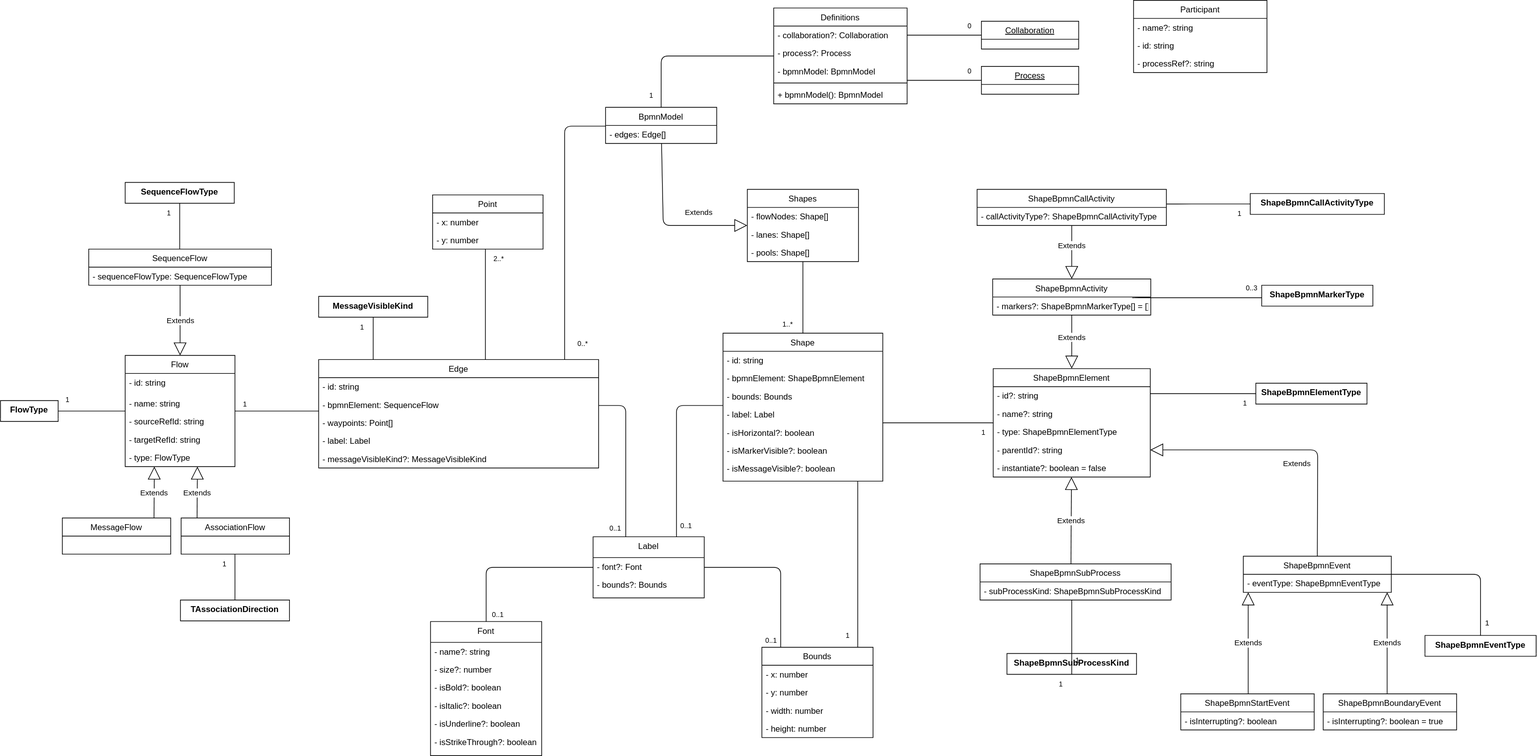
This is docs/architecture/images/architecture/internal-model.svg from process-analytics/bpmn-visualization-js, a draw.io export, as it was before one commit. Source tidied: cells renumbered, new cells last; positions are measured from the earlier drawing's top-left corner, leaving out a move shared by most shapes.
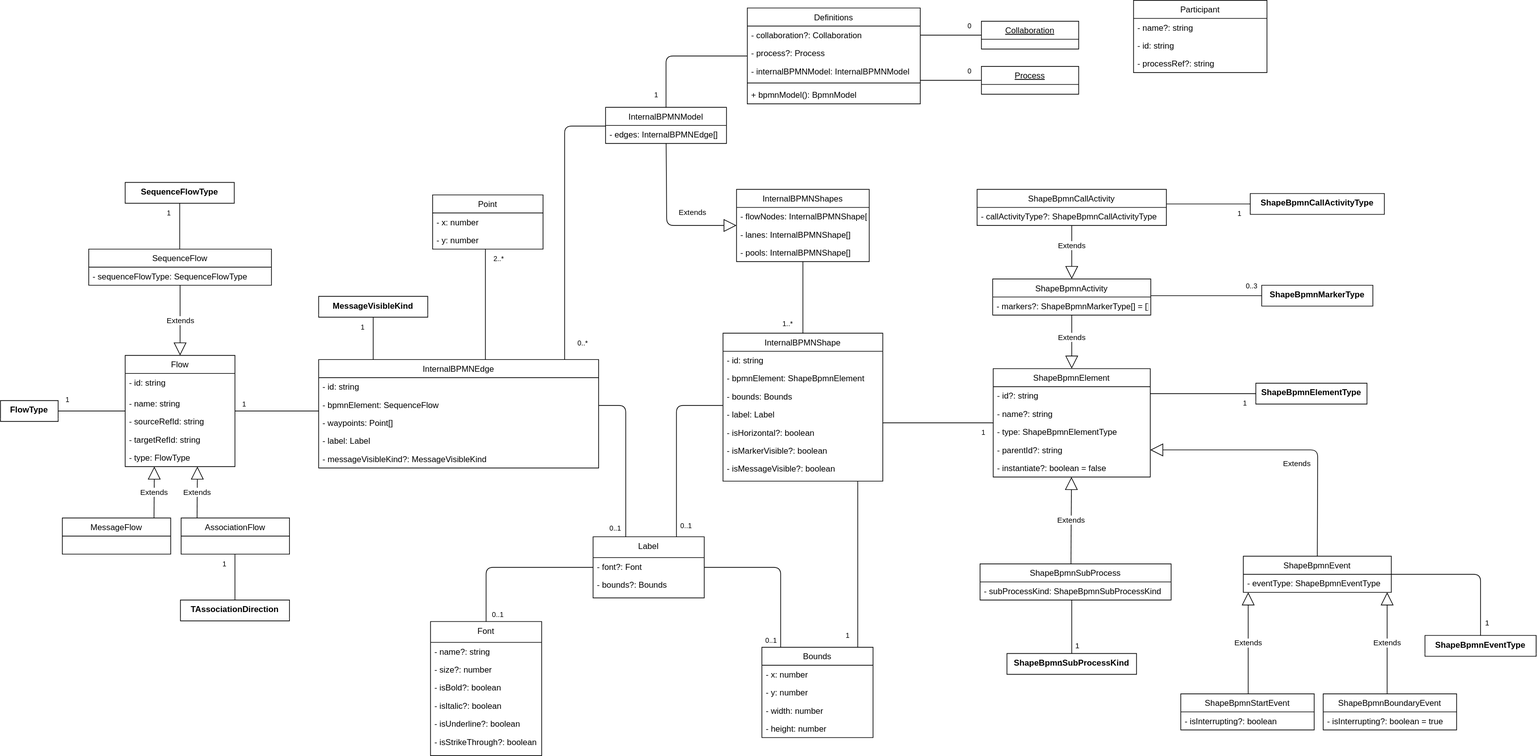
Above is the later version.

Diff of the diagram source:
```diff
@@ -145,7 +145,7 @@
     <mxCell id="27" value="Extends" style="endArrow=block;endSize=16;endFill=0;html=1;shadow=0;" parent="1" edge="1" source="81" target="47">
       <mxGeometry x="0.41" y="19" relative="1" as="geometry">
         <Array as="points">
-          <mxPoint x="954" y="324" />
+          <mxPoint x="959" y="324" />
         </Array>
       </mxGeometry>
     </mxCell>
@@ -177,7 +177,7 @@
     <mxCell id="32" style="html=1;align=right;verticalAlign=bottom;labelBackgroundColor=#ffffff;fontSize=10;shadow=0;" parent="30" vertex="1">
       <mxGeometry x="1" relative="1" as="geometry" />
     </mxCell>
-    <mxCell id="33" value="Edge" style="swimlane;fontStyle=0;horizontal=1;startSize=26;fillColor=none;shadow=0;" parent="1" vertex="1">
+    <mxCell id="33" value="InternalBPMNEdge" style="swimlane;fontStyle=0;horizontal=1;startSize=26;fillColor=none;shadow=0;" parent="1" vertex="1">
       <mxGeometry x="458" y="517" width="403" height="156" as="geometry" />
     </mxCell>
     <mxCell id="34" value="- id: string" style="text;strokeColor=none;fillColor=none;align=left;verticalAlign=top;spacingLeft=4;spacingRight=4;overflow=hidden;shadow=0;" parent="33" vertex="1">
@@ -195,7 +195,7 @@
     <mxCell id="38" value="- messageVisibleKind?: MessageVisibleKind" style="text;strokeColor=none;fillColor=none;align=left;verticalAlign=top;spacingLeft=4;spacingRight=4;overflow=hidden;shadow=0;" parent="33" vertex="1">
       <mxGeometry y="130" width="403" height="26" as="geometry" />
     </mxCell>
-    <mxCell id="39" value="Shape" style="swimlane;fontStyle=0;align=center;verticalAlign=top;horizontal=1;startSize=26;rounded=0;shadow=0;strokeWidth=1;" parent="1" vertex="1">
+    <mxCell id="39" value="InternalBPMNShape" style="swimlane;fontStyle=0;align=center;verticalAlign=top;horizontal=1;startSize=26;rounded=0;shadow=0;strokeWidth=1;" parent="1" vertex="1">
       <mxGeometry x="1040" y="479" width="230" height="213" as="geometry" />
     </mxCell>
     <mxCell id="40" value="- id: string" style="text;strokeColor=none;fillColor=none;align=left;verticalAlign=top;spacingLeft=4;spacingRight=4;overflow=hidden;shadow=0;" parent="39" vertex="1">
@@ -219,18 +219,6 @@
     <mxCell id="46" value="- isMessageVisible?: boolean" style="text;strokeColor=none;fillColor=none;align=left;verticalAlign=top;spacingLeft=4;spacingRight=4;overflow=hidden;shadow=0;" parent="39" vertex="1">
       <mxGeometry y="182" width="230" height="26" as="geometry" />
     </mxCell>
-    <mxCell id="47" value="Shapes" style="swimlane;fontStyle=0;align=center;verticalAlign=top;horizontal=1;startSize=26;rounded=0;shadow=0;strokeWidth=1;" parent="1" vertex="1">
-      <mxGeometry x="1075" y="272" width="160" height="104" as="geometry" />
-    </mxCell>
-    <mxCell id="48" value="- flowNodes: Shape[]" style="text;strokeColor=none;fillColor=none;align=left;verticalAlign=top;spacingLeft=4;spacingRight=4;overflow=hidden;shadow=0;" parent="47" vertex="1">
-      <mxGeometry y="26" width="160" height="26" as="geometry" />
-    </mxCell>
-    <mxCell id="49" value="- lanes: Shape[]" style="text;strokeColor=none;fillColor=none;align=left;verticalAlign=top;spacingLeft=4;spacingRight=4;overflow=hidden;shadow=0;" parent="47" vertex="1">
-      <mxGeometry y="52" width="160" height="26" as="geometry" />
-    </mxCell>
-    <mxCell id="50" value="- pools: Shape[]" style="text;strokeColor=none;fillColor=none;align=left;verticalAlign=top;spacingLeft=4;spacingRight=4;overflow=hidden;shadow=0;" parent="47" vertex="1">
-      <mxGeometry y="78" width="160" height="26" as="geometry" />
-    </mxCell>
     <mxCell id="51" value="Extends" style="endArrow=block;endSize=16;endFill=0;html=1;shadow=0;exitX=0.5;exitY=0;exitDx=0;exitDy=0;entryX=1;entryY=0.75;entryDx=0;entryDy=0;" parent="1" edge="1" source="124" target="67">
       <mxGeometry x="-0.33" y="30" relative="1" as="geometry">
         <Array as="points">
@@ -330,22 +318,22 @@
       <mxGeometry y="130" width="226" height="26" as="geometry" />
     </mxCell>
     <mxCell id="73" value="Definitions" style="swimlane;fontStyle=0;horizontal=1;startSize=26;fillColor=none;shadow=0;" parent="1" vertex="1">
-      <mxGeometry x="1113" y="11" width="192" height="138" as="geometry" />
+      <mxGeometry x="1075" y="11" width="249" height="138" as="geometry" />
     </mxCell>
     <mxCell id="74" value="- collaboration?: Collaboration" style="text;strokeColor=none;fillColor=none;align=left;verticalAlign=top;spacingLeft=4;spacingRight=4;overflow=hidden;points=[[0,0.5],[1,0.5]];portConstraint=eastwest;shadow=0;" parent="73" vertex="1">
-      <mxGeometry y="26" width="192" height="26" as="geometry" />
+      <mxGeometry y="26" width="249" height="26" as="geometry" />
     </mxCell>
     <mxCell id="75" value="- process?: Process" style="text;strokeColor=none;fillColor=none;align=left;verticalAlign=top;spacingLeft=4;spacingRight=4;overflow=hidden;shadow=0;" parent="73" vertex="1">
-      <mxGeometry y="52" width="192" height="26" as="geometry" />
+      <mxGeometry y="52" width="249" height="26" as="geometry" />
     </mxCell>
-    <mxCell id="76" value="- bpmnModel: BpmnModel" style="text;strokeColor=none;fillColor=none;align=left;verticalAlign=top;spacingLeft=4;spacingRight=4;overflow=hidden;shadow=0;" parent="73" vertex="1">
-      <mxGeometry y="78" width="192" height="26" as="geometry" />
+    <mxCell id="76" value="- internalBPMNModel: InternalBPMNModel" style="text;strokeColor=none;fillColor=none;align=left;verticalAlign=top;spacingLeft=4;spacingRight=4;overflow=hidden;shadow=0;" parent="73" vertex="1">
+      <mxGeometry y="78" width="249" height="26" as="geometry" />
     </mxCell>
     <mxCell id="77" style="line;strokeWidth=1;fillColor=none;align=left;verticalAlign=middle;spacingTop=-1;spacingLeft=3;spacingRight=3;labelPosition=right;rounded=0;shadow=0;glass=0;comic=0;" parent="73" vertex="1">
-      <mxGeometry y="104" width="192" height="8" as="geometry" />
+      <mxGeometry y="104" width="249" height="8" as="geometry" />
     </mxCell>
     <mxCell id="78" value="+ bpmnModel(): BpmnModel" style="text;strokeColor=none;fillColor=none;align=left;verticalAlign=top;spacingLeft=4;spacingRight=4;overflow=hidden;rounded=0;shadow=0;glass=0;comic=0;" parent="73" vertex="1">
-      <mxGeometry y="112" width="192" height="26" as="geometry" />
+      <mxGeometry y="112" width="249" height="26" as="geometry" />
     </mxCell>
     <mxCell id="79" value="Collaboration" style="swimlane;fontStyle=4;horizontal=1;startSize=26;fillColor=none;shadow=0;" parent="1" vertex="1">
       <mxGeometry x="1412" y="30" width="140" height="40" as="geometry" />
@@ -353,11 +341,11 @@
     <mxCell id="80" value="Process" style="swimlane;fontStyle=4;horizontal=1;startSize=26;fillColor=none;shadow=0;" parent="1" vertex="1">
       <mxGeometry x="1412" y="95" width="140" height="40" as="geometry" />
     </mxCell>
-    <mxCell id="81" value="BpmnModel" style="swimlane;fontStyle=0;align=center;verticalAlign=top;horizontal=1;startSize=26;rounded=0;shadow=0;strokeWidth=1;" parent="1" vertex="1">
-      <mxGeometry x="871" y="154" width="160" height="52" as="geometry" />
+    <mxCell id="81" value="InternalBPMNModel" style="swimlane;fontStyle=0;align=center;verticalAlign=top;horizontal=1;startSize=26;rounded=0;shadow=0;strokeWidth=1;" parent="1" vertex="1">
+      <mxGeometry x="871" y="154" width="174" height="52" as="geometry" />
     </mxCell>
-    <mxCell id="82" value="- edges: Edge[]" style="text;strokeColor=none;fillColor=none;align=left;verticalAlign=top;spacingLeft=4;spacingRight=4;overflow=hidden;shadow=0;" parent="81" vertex="1">
-      <mxGeometry y="26" width="160" height="26" as="geometry" />
+    <mxCell id="82" value="- edges: InternalBPMNEdge[]" style="text;strokeColor=none;fillColor=none;align=left;verticalAlign=top;spacingLeft=4;spacingRight=4;overflow=hidden;shadow=0;" parent="81" vertex="1">
+      <mxGeometry y="26" width="174" height="26" as="geometry" />
     </mxCell>
     <mxCell id="83" value="Label" style="swimlane;fontStyle=0;align=center;verticalAlign=top;horizontal=1;startSize=30;rounded=0;shadow=0;strokeWidth=1;" parent="1" vertex="1">
       <mxGeometry x="853" y="772" width="160" height="88" as="geometry" />
@@ -591,5 +579,17 @@
         <mxPoint x="1796" y="852" as="targetPoint" />
       </mxGeometry>
     </mxCell>
+    <mxCell id="47" value="InternalBPMNShapes" style="swimlane;fontStyle=0;align=center;verticalAlign=top;horizontal=1;startSize=26;rounded=0;shadow=0;strokeWidth=1;" parent="1" vertex="1">
+      <mxGeometry x="1059.5" y="272" width="191" height="104" as="geometry" />
+    </mxCell>
+    <mxCell id="48" value="- flowNodes: InternalBPMNShape[]" style="text;strokeColor=none;fillColor=none;align=left;verticalAlign=top;spacingLeft=4;spacingRight=4;overflow=hidden;shadow=0;" parent="47" vertex="1">
+      <mxGeometry y="26" width="191" height="26" as="geometry" />
+    </mxCell>
+    <mxCell id="49" value="- lanes: InternalBPMNShape[]" style="text;strokeColor=none;fillColor=none;align=left;verticalAlign=top;spacingLeft=4;spacingRight=4;overflow=hidden;shadow=0;" parent="47" vertex="1">
+      <mxGeometry y="52" width="191" height="26" as="geometry" />
+    </mxCell>
+    <mxCell id="50" value="- pools: InternalBPMNShape[]" style="text;strokeColor=none;fillColor=none;align=left;verticalAlign=top;spacingLeft=4;spacingRight=4;overflow=hidden;shadow=0;" parent="47" vertex="1">
+      <mxGeometry y="78" width="191" height="26" as="geometry" />
+    </mxCell>
   </root>
 </mxGraphModel>
```
